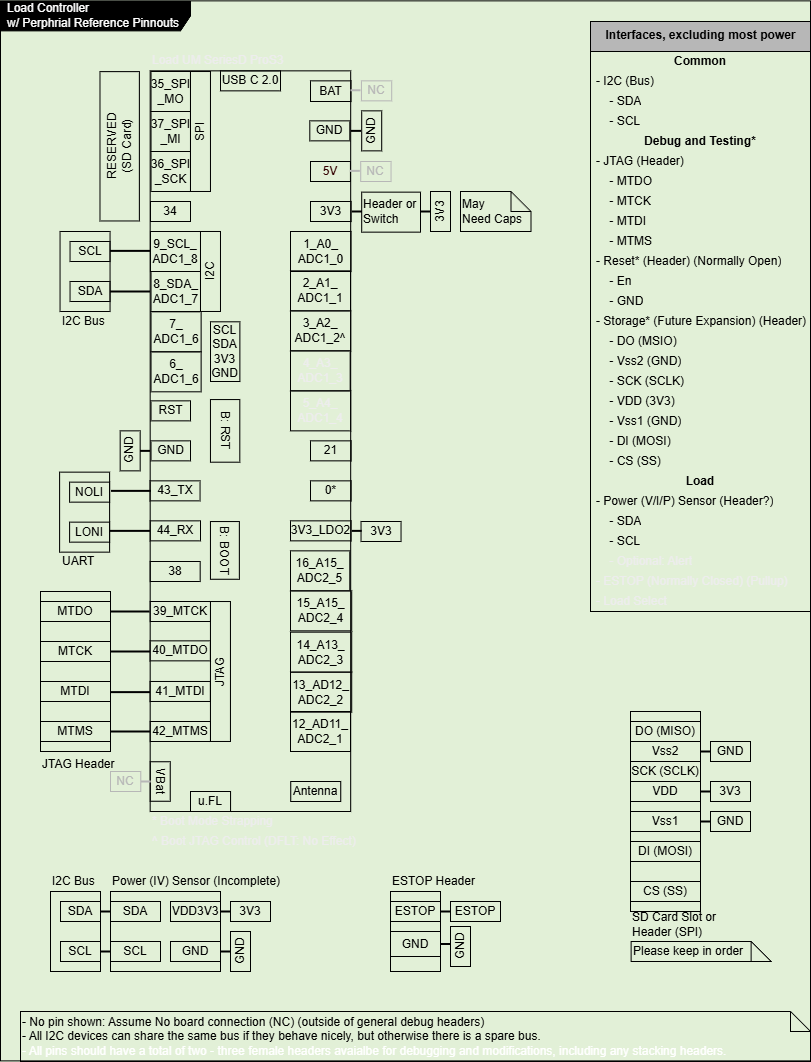
The draw.io diagram Hardware-Pinouts/CtrlPO_Load.png in BobSaidHi/2026-Controls_Core, before a commit. Source tidied: cells renumbered, new cells last; positions are measured from the earlier drawing's top-left corner, leaving out a move shared by most shapes.
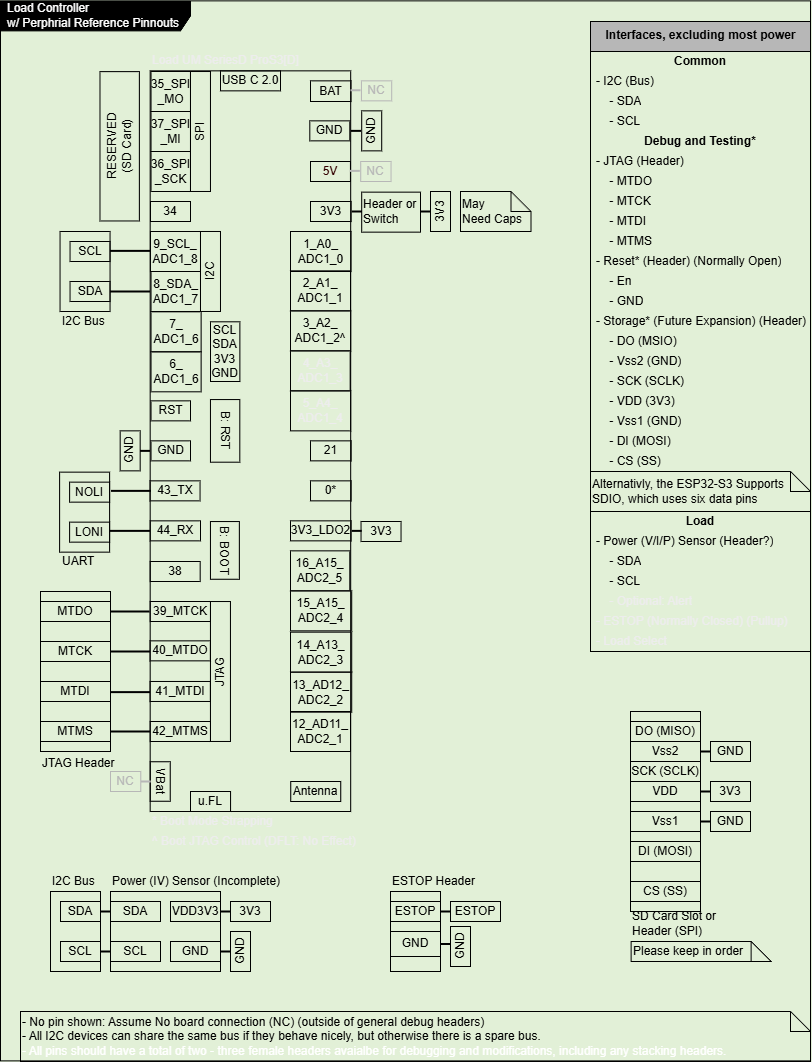
After the commit.

Change to the diagram source:
```diff
@@ -68,7 +68,7 @@
     <mxCell id="23" value="&lt;font style=&quot;color: light-dark(rgb(0, 0, 0), rgb(255, 255, 255));&quot;&gt;35_&lt;/font&gt;&lt;span style=&quot;background-color: transparent;&quot;&gt;&lt;font style=&quot;color: light-dark(rgb(0, 0, 0), rgb(255, 255, 255));&quot;&gt;SPI&lt;/font&gt;&lt;/span&gt;&lt;div&gt;&lt;span style=&quot;background-color: transparent;&quot;&gt;&lt;font style=&quot;color: light-dark(rgb(0, 0, 0), rgb(255, 255, 255));&quot;&gt;_MO&lt;/font&gt;&lt;/span&gt;&lt;/div&gt;" style="text;html=1;strokeColor=#000000;fillColor=none;align=center;verticalAlign=middle;whiteSpace=wrap;rounded=0;fontColor=#000000;" parent="1" vertex="1">
       <mxGeometry x="150.5" y="71" width="39.5" height="40" as="geometry" />
     </mxCell>
-    <mxCell id="24" value="&lt;span&gt;&lt;font style=&quot;color: light-dark(rgb(237, 237, 237), rgb(255, 255, 255));&quot;&gt;Load UM SeriesD ProS3&lt;/font&gt;&lt;/span&gt;" style="text;html=1;strokeColor=none;fillColor=none;align=left;verticalAlign=middle;whiteSpace=wrap;rounded=0;fontColor=#000000;" parent="1" vertex="1">
+    <mxCell id="24" value="&lt;span&gt;&lt;font style=&quot;color: light-dark(rgb(237, 237, 237), rgb(255, 255, 255));&quot;&gt;Load UM SeriesD ProS3[D]&lt;/font&gt;&lt;/span&gt;" style="text;html=1;strokeColor=none;fillColor=none;align=left;verticalAlign=middle;whiteSpace=wrap;rounded=0;fontColor=#000000;" parent="1" vertex="1">
       <mxGeometry x="150" y="50.4" width="200.5" height="20" as="geometry" />
     </mxCell>
     <mxCell id="25" value="21" style="text;html=1;strokeColor=#000000;fillColor=none;align=center;verticalAlign=middle;whiteSpace=wrap;rounded=0;fontColor=#000000;" parent="1" vertex="1">
@@ -105,7 +105,7 @@
       <mxGeometry x="220" y="70.4" width="60" height="20" as="geometry" />
     </mxCell>
     <mxCell id="36" value="&lt;font style=&quot;color: light-dark(rgb(0, 0, 0), rgb(255, 255, 255));&quot;&gt;&lt;b style=&quot;&quot;&gt;Interfaces, excluding most power&lt;/b&gt;&lt;/font&gt;" style="swimlane;fontStyle=0;align=center;verticalAlign=top;horizontal=1;startSize=30;html=1;fontColor=#000000;strokeColor=#000000;fillColor=#b7b7b7;" parent="1" vertex="1">
-      <mxGeometry x="590" y="21" width="220" height="590" as="geometry" />
+      <mxGeometry x="590" y="21" width="220" height="630" as="geometry" />
     </mxCell>
     <mxCell id="37" value="&lt;b&gt;&lt;font style=&quot;color: light-dark(rgb(0, 0, 0), rgb(255, 255, 255));&quot;&gt;Common&lt;/font&gt;&lt;/b&gt;" style="text;html=1;strokeColor=none;fillColor=none;align=center;verticalAlign=middle;spacingLeft=4;spacingRight=4;overflow=hidden;fontColor=#000000;" parent="36" vertex="1">
       <mxGeometry y="30" width="220" height="20" as="geometry" />
@@ -170,26 +170,29 @@
     <mxCell id="57" value="&amp;nbsp; &amp;nbsp; - CS (SS)" style="text;html=1;align=left;verticalAlign=middle;spacingLeft=4;spacingRight=4;overflow=hidden;fontColor=#000000;strokeColor=none;" parent="36" vertex="1">
       <mxGeometry y="430" width="220" height="20" as="geometry" />
     </mxCell>
+    <mxCell id="175" value="&lt;font style=&quot;color: light-dark(rgb(0, 0, 0), rgb(255, 255, 255));&quot;&gt;Alternativly, the ESP32-S3 Supports SDIO, which uses six data pins&lt;/font&gt;" style="shape=note;size=20;whiteSpace=wrap;html=1;strokeColor=#000000;fontColor=#000000;fillColor=none;align=left;" parent="36" vertex="1">
+      <mxGeometry y="450" width="220" height="40" as="geometry" />
+    </mxCell>
     <mxCell id="58" value="&lt;b&gt;&lt;font style=&quot;color: light-dark(rgb(0, 0, 0), rgb(255, 255, 255));&quot;&gt;Load&lt;/font&gt;&lt;/b&gt;" style="text;html=1;strokeColor=none;fillColor=none;align=center;verticalAlign=middle;spacingLeft=4;spacingRight=4;overflow=hidden;fontColor=#000000;" parent="36" vertex="1">
-      <mxGeometry y="450" width="220" height="20" as="geometry" />
+      <mxGeometry y="490" width="220" height="20" as="geometry" />
     </mxCell>
     <mxCell id="59" value="&lt;font style=&quot;color: light-dark(rgb(0, 0, 0), rgb(255, 255, 255));&quot;&gt;- Power (V/I/P) Sensor (Header?)&lt;span style=&quot;scrollbar-color: rgb(75, 75, 75) rgb(27, 29, 30); font-family: monospace; font-size: 0px;&quot;&gt;%3CmxGraphModel%3E%3Croot%3E%3CmxCell%20id%3D%220%22%2F%3E%3CmxCell%20id%3D%221%22%20parent%3D%220%22%2F%3E%3CmxCell%20id%3D%222%22%20value%3D%22%26amp%3Bnbsp%3B%20%26amp%3Bnbsp%3B%20-%20CS%20(SS)%22%20style%3D%22text%3Bhtml%3D1%3Balign%3Dleft%3BverticalAlign%3Dmiddle%3BspacingLeft%3D4%3BspacingRight%3D4%3Boverflow%3Dhidden%3Brotatable%3D0%3Bpoints%3D%5B%5B0%2C0.5%5D%2C%5B1%2C0.5%5D%5D%3BportConstraint%3Deastwest%3BfontColor%3D%23000000%3BstrokeColor%3Dnone%3B%22%20vertex%3D%221%22%20parent%3D%221%22%3E%3CmxGeometry%20x%3D%22610%22%20y%3D%22575%22%20width%3D%22220%22%20height%3D%2220%22%20as%3D%22geometry%22%2F%3E%3C%2FmxCell%3E%3C%2Froot%3E%3C%2FmxGraphModel%3E&lt;/span&gt;&lt;/font&gt;" style="text;html=1;align=left;verticalAlign=middle;spacingLeft=4;spacingRight=4;overflow=hidden;fontColor=#000000;strokeColor=none;" parent="36" vertex="1">
-      <mxGeometry y="470" width="220" height="20" as="geometry" />
+      <mxGeometry y="510" width="220" height="20" as="geometry" />
     </mxCell>
     <mxCell id="60" value="&amp;nbsp; &amp;nbsp; - SDA" style="text;html=1;align=left;verticalAlign=middle;spacingLeft=4;spacingRight=4;overflow=hidden;fontColor=#000000;strokeColor=none;" parent="36" vertex="1">
-      <mxGeometry y="490" width="220" height="20" as="geometry" />
+      <mxGeometry y="530" width="220" height="20" as="geometry" />
     </mxCell>
     <mxCell id="61" value="&amp;nbsp; &amp;nbsp; - SCL" style="text;html=1;align=left;verticalAlign=middle;spacingLeft=4;spacingRight=4;overflow=hidden;fontColor=#000000;strokeColor=none;" parent="36" vertex="1">
-      <mxGeometry y="510" width="220" height="20" as="geometry" />
+      <mxGeometry y="550" width="220" height="20" as="geometry" />
     </mxCell>
     <mxCell id="62" value="&lt;span&gt;&lt;font style=&quot;color: light-dark(rgb(237, 237, 237), rgb(255, 255, 255));&quot;&gt;&amp;nbsp; &amp;nbsp; - Optional: Alert&lt;/font&gt;&lt;/span&gt;" style="text;html=1;align=left;verticalAlign=middle;spacingLeft=4;spacingRight=4;overflow=hidden;fontColor=#000000;strokeColor=none;" parent="36" vertex="1">
-      <mxGeometry y="530" width="220" height="20" as="geometry" />
+      <mxGeometry y="570" width="220" height="20" as="geometry" />
     </mxCell>
     <mxCell id="63" value="&lt;span&gt;&lt;font style=&quot;color: light-dark(rgb(237, 237, 237), rgb(255, 255, 255));&quot;&gt;- ESTOP (Normally Closed) (Pullup)&lt;/font&gt;&lt;/span&gt;" style="text;html=1;align=left;verticalAlign=middle;spacingLeft=4;spacingRight=4;overflow=hidden;fontColor=#000000;strokeColor=none;" parent="36" vertex="1">
-      <mxGeometry y="550" width="220" height="20" as="geometry" />
+      <mxGeometry y="590" width="220" height="20" as="geometry" />
     </mxCell>
     <mxCell id="64" value="&lt;span&gt;&lt;font style=&quot;color: light-dark(rgb(237, 237, 237), rgb(255, 255, 255));&quot;&gt;- Load Select&lt;/font&gt;&lt;/span&gt;" style="text;html=1;align=left;verticalAlign=middle;spacingLeft=4;spacingRight=4;overflow=hidden;fontColor=#000000;strokeColor=none;" parent="36" vertex="1">
-      <mxGeometry y="570" width="220" height="20" as="geometry" />
+      <mxGeometry y="610" width="220" height="20" as="geometry" />
     </mxCell>
     <mxCell id="65" value="&lt;span&gt;&lt;font style=&quot;color: light-dark(rgb(237, 237, 237), rgb(255, 255, 255));&quot;&gt;* Boot Mode Strapping&lt;/font&gt;&lt;/span&gt;" style="text;html=1;strokeColor=none;fillColor=none;align=left;verticalAlign=middle;whiteSpace=wrap;rounded=0;fontColor=#000000;" parent="1" vertex="1">
       <mxGeometry x="149.6" y="811" width="200.4" height="20" as="geometry" />
```
